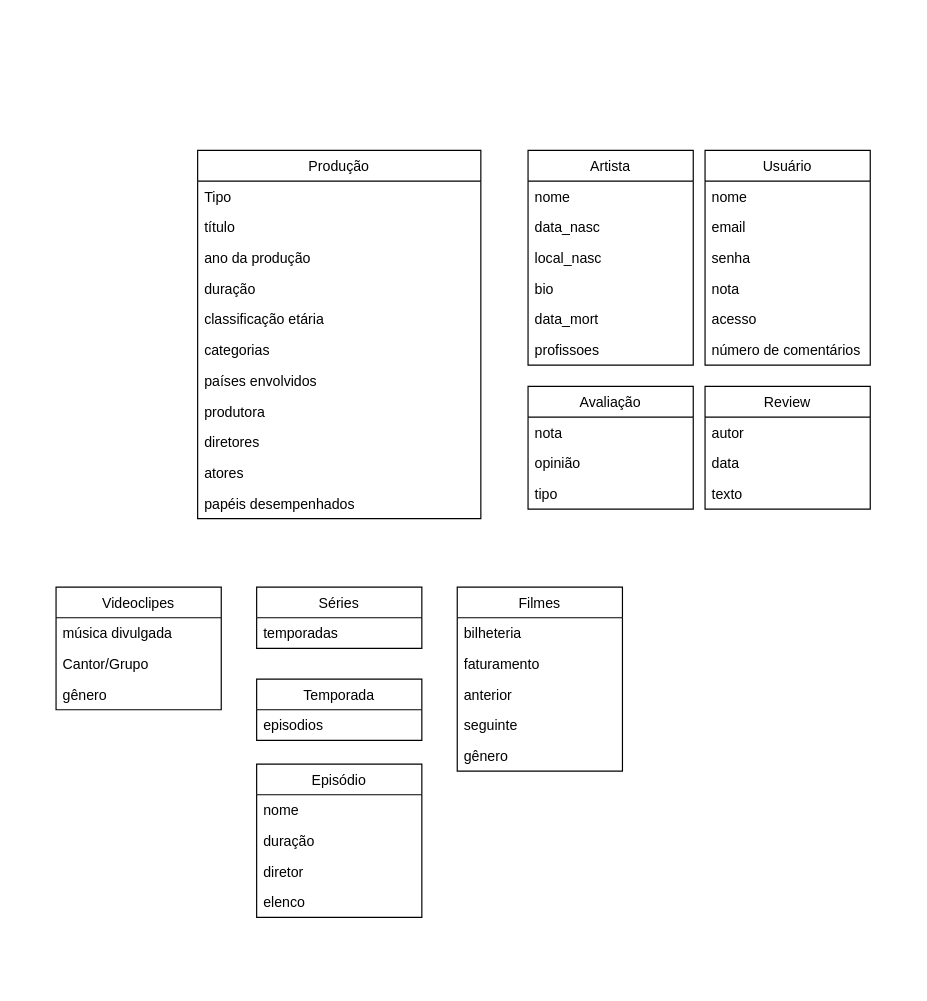
MateusdosAnjos/MAC0439 keeps this draw.io diagram as Exercício 5/Exercício_5.drawio. Above is the earlier version. Source tidied: cells renumbered, new cells numbered last; positions are measured from the earlier drawing's top-left corner, leaving out a move shared by most shapes. Both pictures are drawn from the tidied source at 118%, with x=0, y=0 at pixel (55, 150).
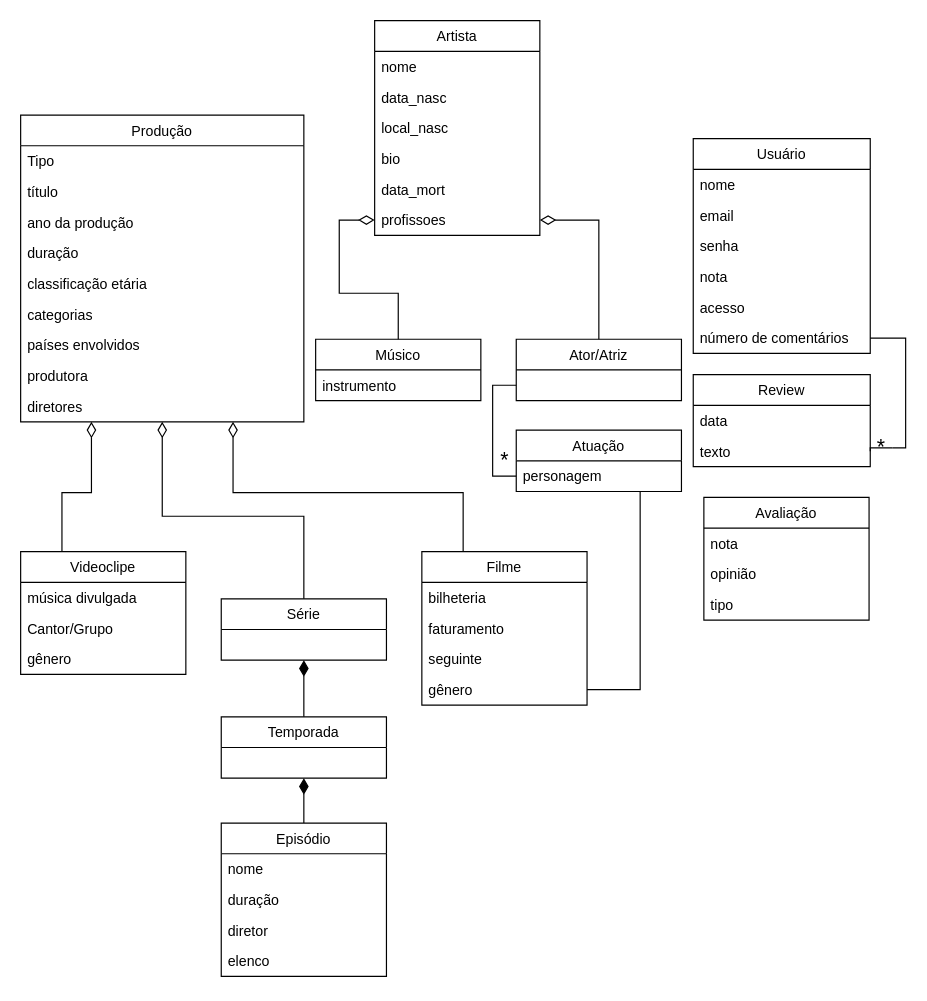
After the change.

The change refers to these unchanged cells:
```xml
<mxCell id="34" value="profissoes" style="text;strokeColor=none;fillColor=none;align=left;verticalAlign=top;spacingLeft=4;spacingRight=4;overflow=hidden;points=[[0,0.5],[1,0.5]];portConstraint=eastwest;" parent="28" vertex="1">
  <mxGeometry y="156" width="140" height="26" as="geometry" />
</mxCell>
```

Change to the diagram source:
```diff
@@
+    <mxCell id="55" style="edgeStyle=orthogonalEdgeStyle;rounded=0;jettySize=auto;html=1;exitX=0.25;exitY=1;exitDx=0;exitDy=0;entryX=0.25;entryY=0;entryDx=0;entryDy=0;shadow=0;startArrow=diamondThin;startFill=0;startSize=11;endArrow=none;endFill=0;endSize=11;targetPerimeterSpacing=0;strokeColor=#000000;strokeWidth=1;fontSize=18;" parent="1" edge="1" source="2" target="22">
+      <mxGeometry relative="1" as="geometry" />
+    </mxCell>
+    <mxCell id="56" style="edgeStyle=orthogonalEdgeStyle;rounded=0;jettySize=auto;html=1;exitX=0.5;exitY=1;exitDx=0;exitDy=0;entryX=0.5;entryY=0;entryDx=0;entryDy=0;shadow=0;startArrow=diamondThin;startFill=0;startSize=11;endArrow=none;endFill=0;endSize=11;targetPerimeterSpacing=0;strokeColor=#000000;strokeWidth=1;fontSize=18;" parent="1" edge="1" source="2" target="20">
+      <mxGeometry relative="1" as="geometry" />
+    </mxCell>
+    <mxCell id="57" style="edgeStyle=orthogonalEdgeStyle;rounded=0;jettySize=auto;html=1;exitX=0.75;exitY=1;exitDx=0;exitDy=0;entryX=0.25;entryY=0;entryDx=0;entryDy=0;shadow=0;startArrow=diamondThin;startFill=0;startSize=11;endArrow=none;endFill=0;endSize=11;targetPerimeterSpacing=0;strokeColor=#000000;strokeWidth=1;fontSize=18;" parent="1" edge="1" source="2" target="14">
+      <mxGeometry relative="1" as="geometry" />
+    </mxCell>
     <mxCell id="2" value="Produção" style="swimlane;fontStyle=0;horizontal=1;startSize=26;fillColor=none;" parent="1" vertex="1">
-      <mxGeometry x="120" width="240" height="312" as="geometry" />
+      <mxGeometry x="-30" y="-30" width="240" height="260" as="geometry" />
     </mxCell>
@@
-    <mxCell id="12" value="atores" style="text;strokeColor=none;fillColor=none;align=left;verticalAlign=top;spacingLeft=4;spacingRight=4;overflow=hidden;" parent="2" vertex="1">
-      <mxGeometry y="260" width="240" height="26" as="geometry" />
-    </mxCell>
-    <mxCell id="13" value="papéis desempenhados" style="text;strokeColor=none;fillColor=none;align=left;verticalAlign=top;spacingLeft=4;spacingRight=4;overflow=hidden;" parent="2" vertex="1">
-      <mxGeometry y="286" width="240" height="26" as="geometry" />
-    </mxCell>
-    <mxCell id="14" value="Filmes" style="swimlane;fontStyle=0;horizontal=1;startSize=26;fillColor=none;" parent="1" vertex="1">
-      <mxGeometry x="340" y="370" width="140" height="156" as="geometry" />
+    <mxCell id="14" value="Filme" style="swimlane;fontStyle=0;horizontal=1;startSize=26;fillColor=none;" parent="1" vertex="1">
+      <mxGeometry x="310" y="340" width="140" height="130" as="geometry" />
     </mxCell>
@@
-    <mxCell id="17" value="anterior" style="text;strokeColor=none;fillColor=none;align=left;verticalAlign=top;spacingLeft=4;spacingRight=4;overflow=hidden;" parent="14" vertex="1">
-      <mxGeometry y="78" width="140" height="26" as="geometry" />
-    </mxCell>
     <mxCell id="18" value="seguinte" style="text;strokeColor=none;fillColor=none;align=left;verticalAlign=top;spacingLeft=4;spacingRight=4;overflow=hidden;" parent="14" vertex="1">
-      <mxGeometry y="104" width="140" height="26" as="geometry" />
+      <mxGeometry y="78" width="140" height="26" as="geometry" />
     </mxCell>
     <mxCell id="19" value="gênero" style="text;strokeColor=none;fillColor=none;align=left;verticalAlign=top;spacingLeft=4;spacingRight=4;overflow=hidden;points=[[0,0.5],[1,0.5]];portConstraint=eastwest;" parent="14" vertex="1">
-      <mxGeometry y="130" width="140" height="26" as="geometry" />
+      <mxGeometry y="104" width="140" height="26" as="geometry" />
     </mxCell>
+    <mxCell id="58" style="edgeStyle=orthogonalEdgeStyle;rounded=0;jettySize=auto;html=1;exitX=0.5;exitY=1;exitDx=0;exitDy=0;shadow=0;startArrow=diamondThin;startFill=1;startSize=11;endArrow=none;endFill=0;endSize=11;targetPerimeterSpacing=0;strokeColor=#000000;strokeWidth=1;fontSize=18;" parent="1" edge="1" source="20" target="26">
+      <mxGeometry relative="1" as="geometry" />
+    </mxCell>
-    <mxCell id="20" value="Séries" style="swimlane;fontStyle=0;horizontal=1;startSize=26;fillColor=none;" parent="1" vertex="1">
-      <mxGeometry x="170" y="370" width="140" height="52" as="geometry" />
+    <mxCell id="20" value="Série" style="swimlane;fontStyle=0;horizontal=1;startSize=26;fillColor=none;" parent="1" vertex="1">
+      <mxGeometry x="140" y="380" width="140" height="52" as="geometry" />
     </mxCell>
-    <mxCell id="21" value="temporadas " style="text;strokeColor=none;fillColor=none;align=left;verticalAlign=top;spacingLeft=4;spacingRight=4;overflow=hidden;" parent="20" vertex="1">
-      <mxGeometry y="26" width="140" height="26" as="geometry" />
-    </mxCell>
-    <mxCell id="22" value=" Videoclipes" style="swimlane;fontStyle=0;horizontal=1;startSize=26;fillColor=none;" parent="1" vertex="1">
-      <mxGeometry y="370" width="140" height="104" as="geometry" />
+    <mxCell id="22" value=" Videoclipe" style="swimlane;fontStyle=0;horizontal=1;startSize=26;fillColor=none;" parent="1" vertex="1">
+      <mxGeometry x="-30" y="340" width="140" height="104" as="geometry" />
     </mxCell>
@@
+    <mxCell id="59" style="edgeStyle=orthogonalEdgeStyle;rounded=0;jettySize=auto;html=1;exitX=0.5;exitY=1;exitDx=0;exitDy=0;entryX=0.5;entryY=0;entryDx=0;entryDy=0;shadow=0;startArrow=diamondThin;startFill=1;startSize=11;endArrow=none;endFill=0;endSize=11;targetPerimeterSpacing=0;strokeColor=#000000;strokeWidth=1;fontSize=18;" parent="1" edge="1" source="26" target="46">
+      <mxGeometry relative="1" as="geometry" />
+    </mxCell>
     <mxCell id="26" value="Temporada" style="swimlane;fontStyle=0;horizontal=1;startSize=26;fillColor=none;" parent="1" vertex="1">
-      <mxGeometry x="170" y="448" width="140" height="52" as="geometry" />
+      <mxGeometry x="140" y="480" width="140" height="52" as="geometry" />
     </mxCell>
-    <mxCell id="27" value="episodios" style="text;strokeColor=none;fillColor=none;align=left;verticalAlign=top;spacingLeft=4;spacingRight=4;overflow=hidden;" parent="26" vertex="1">
-      <mxGeometry y="26" width="140" height="26" as="geometry" />
-    </mxCell>
     <mxCell id="28" value="Artista" style="swimlane;fontStyle=0;horizontal=1;startSize=26;fillColor=none;" parent="1" vertex="1">
-      <mxGeometry x="400" width="140" height="182" as="geometry" />
+      <mxGeometry x="270" y="-110" width="140" height="182" as="geometry" />
     </mxCell>
@@
     <mxCell id="35" value="Avaliação" style="swimlane;fontStyle=0;horizontal=1;startSize=26;fillColor=none;" parent="1" vertex="1">
-      <mxGeometry x="400" y="200" width="140" height="104" as="geometry" />
+      <mxGeometry x="549" y="294" width="140" height="104" as="geometry" />
     </mxCell>
@@
     <mxCell id="39" value="Usuário" style="swimlane;fontStyle=0;horizontal=1;startSize=26;fillColor=none;" parent="1" vertex="1">
-      <mxGeometry x="550" width="140" height="182" as="geometry" />
+      <mxGeometry x="540" y="-10" width="150" height="182" as="geometry" />
     </mxCell>
     <mxCell id="40" value="nome" style="text;strokeColor=none;fillColor=none;align=left;verticalAlign=top;spacingLeft=4;spacingRight=4;overflow=hidden;" parent="39" vertex="1">
-      <mxGeometry y="26" width="140" height="26" as="geometry" />
+      <mxGeometry y="26" width="150" height="26" as="geometry" />
     </mxCell>
     <mxCell id="41" value="email" style="text;strokeColor=none;fillColor=none;align=left;verticalAlign=top;spacingLeft=4;spacingRight=4;overflow=hidden;" parent="39" vertex="1">
-      <mxGeometry y="52" width="140" height="26" as="geometry" />
+      <mxGeometry y="52" width="150" height="26" as="geometry" />
     </mxCell>
     <mxCell id="42" value="senha" style="text;strokeColor=none;fillColor=none;align=left;verticalAlign=top;spacingLeft=4;spacingRight=4;overflow=hidden;" parent="39" vertex="1">
-      <mxGeometry y="78" width="140" height="26" as="geometry" />
+      <mxGeometry y="78" width="150" height="26" as="geometry" />
     </mxCell>
     <mxCell id="43" value="nota" style="text;strokeColor=none;fillColor=none;align=left;verticalAlign=top;spacingLeft=4;spacingRight=4;overflow=hidden;" parent="39" vertex="1">
-      <mxGeometry y="104" width="140" height="26" as="geometry" />
+      <mxGeometry y="104" width="150" height="26" as="geometry" />
     </mxCell>
     <mxCell id="44" value="acesso" style="text;strokeColor=none;fillColor=none;align=left;verticalAlign=top;spacingLeft=4;spacingRight=4;overflow=hidden;" parent="39" vertex="1">
-      <mxGeometry y="130" width="140" height="26" as="geometry" />
+      <mxGeometry y="130" width="150" height="26" as="geometry" />
     </mxCell>
     <mxCell id="45" value="número de comentários" style="text;strokeColor=none;fillColor=none;align=left;verticalAlign=top;spacingLeft=4;spacingRight=4;overflow=hidden;points=[[0,0.5],[1,0.5]];portConstraint=eastwest;" parent="39" vertex="1">
-      <mxGeometry y="156" width="140" height="26" as="geometry" />
+      <mxGeometry y="156" width="150" height="26" as="geometry" />
     </mxCell>
     <mxCell id="46" value="Episódio" style="swimlane;fontStyle=0;horizontal=1;startSize=26;fillColor=none;" parent="1" vertex="1">
-      <mxGeometry x="170" y="520" width="140" height="130" as="geometry" />
+      <mxGeometry x="140" y="570" width="140" height="130" as="geometry" />
     </mxCell>
@@
     <mxCell id="51" value="Review" style="swimlane;fontStyle=0;horizontal=1;startSize=26;fillColor=none;" parent="1" vertex="1">
-      <mxGeometry x="550" y="200" width="140" height="104" as="geometry" />
+      <mxGeometry x="540" y="190" width="150" height="78" as="geometry" />
     </mxCell>
-    <mxCell id="52" value="autor" style="text;strokeColor=none;fillColor=none;align=left;verticalAlign=top;spacingLeft=4;spacingRight=4;overflow=hidden;" parent="51" vertex="1">
-      <mxGeometry y="26" width="140" height="26" as="geometry" />
-    </mxCell>
     <mxCell id="53" value="data" style="text;strokeColor=none;fillColor=none;align=left;verticalAlign=top;spacingLeft=4;spacingRight=4;overflow=hidden;" parent="51" vertex="1">
-      <mxGeometry y="52" width="140" height="26" as="geometry" />
+      <mxGeometry y="26" width="150" height="26" as="geometry" />
     </mxCell>
     <mxCell id="54" value="texto" style="text;strokeColor=none;fillColor=none;align=left;verticalAlign=top;spacingLeft=4;spacingRight=4;overflow=hidden;points=[[0,0.5],[1,0.5]];portConstraint=eastwest;" parent="51" vertex="1">
-      <mxGeometry y="78" width="140" height="26" as="geometry" />
+      <mxGeometry y="52" width="150" height="26" as="geometry" />
     </mxCell>
+    <mxCell id="60" style="edgeStyle=orthogonalEdgeStyle;rounded=0;jettySize=auto;html=1;exitX=1;exitY=0.5;exitDx=0;exitDy=0;entryX=1;entryY=0.5;entryDx=0;entryDy=0;startArrow=none;startFill=0;startSize=11;endArrow=none;endFill=0;endSize=11;targetPerimeterSpacing=0;strokeColor=#000000;strokeWidth=1;verticalAlign=middle;shadow=0;" parent="1" edge="1" source="61" target="54">
+      <mxGeometry relative="1" as="geometry" />
+    </mxCell>
+    <mxCell id="61" value="*" style="text;html=1;align=center;verticalAlign=middle;points=[];fontSize=18;" parent="1" vertex="1">
+      <mxGeometry x="689" y="237" width="20" height="30" as="geometry" />
+    </mxCell>
+    <mxCell id="62" style="edgeStyle=orthogonalEdgeStyle;rounded=0;jettySize=auto;html=1;exitX=1;exitY=0.5;exitDx=0;exitDy=0;entryX=1;entryY=0.5;entryDx=0;entryDy=0;startArrow=none;startFill=0;startSize=11;endArrow=none;endFill=0;endSize=11;targetPerimeterSpacing=0;strokeColor=#000000;strokeWidth=1;verticalAlign=middle;shadow=0;" parent="1" edge="1" source="45" target="61">
+      <mxGeometry relative="1" as="geometry">
+        <Array as="points">
+          <mxPoint x="720" y="159" />
+          <mxPoint x="720" y="252" />
+        </Array>
+      </mxGeometry>
+    </mxCell>
+    <mxCell id="63" style="edgeStyle=orthogonalEdgeStyle;rounded=0;jettySize=auto;html=1;exitX=0.75;exitY=1;exitDx=0;exitDy=0;entryX=1;entryY=0.5;entryDx=0;entryDy=0;shadow=0;startArrow=none;startFill=0;startSize=11;endArrow=none;endFill=0;endSize=11;targetPerimeterSpacing=0;strokeColor=#000000;strokeWidth=1;fontSize=18;" parent="1" edge="1" source="64" target="19">
+      <mxGeometry relative="1" as="geometry" />
+    </mxCell>
+    <mxCell id="64" value="Atuação" style="swimlane;fontStyle=0;horizontal=1;startSize=26;fillColor=none;fontSize=12;" parent="1" vertex="1">
+      <mxGeometry x="390" y="237" width="140" height="52" as="geometry" />
+    </mxCell>
+    <mxCell id="65" value="personagem" style="text;strokeColor=none;fillColor=none;align=left;verticalAlign=top;spacingLeft=4;spacingRight=4;overflow=hidden;points=[[0,0.5],[1,0.5]];portConstraint=eastwest;" parent="64" vertex="1">
+      <mxGeometry y="26" width="140" height="26" as="geometry" />
+    </mxCell>
+    <mxCell id="66" value="Músico" style="swimlane;fontStyle=0;horizontal=1;startSize=26;fillColor=none;fontSize=12;" parent="1" vertex="1">
+      <mxGeometry x="220" y="160" width="140" height="52" as="geometry" />
+    </mxCell>
+    <mxCell id="67" value="instrumento" style="text;strokeColor=none;fillColor=none;align=left;verticalAlign=top;spacingLeft=4;spacingRight=4;overflow=hidden;" parent="66" vertex="1">
+      <mxGeometry y="26" width="140" height="26" as="geometry" />
+    </mxCell>
+    <mxCell id="68" style="edgeStyle=orthogonalEdgeStyle;rounded=0;jettySize=auto;html=1;exitX=0;exitY=0.75;exitDx=0;exitDy=0;entryX=0;entryY=0.5;entryDx=0;entryDy=0;shadow=0;startArrow=none;startFill=0;startSize=11;endArrow=none;endFill=0;endSize=11;targetPerimeterSpacing=0;strokeColor=#000000;strokeWidth=1;fontSize=18;" parent="1" edge="1" source="69" target="65">
+      <mxGeometry relative="1" as="geometry" />
+    </mxCell>
+    <mxCell id="69" value="Ator/Atriz" style="swimlane;fontStyle=0;horizontal=1;startSize=26;fillColor=none;fontSize=12;" parent="1" vertex="1">
+      <mxGeometry x="390" y="160" width="140" height="52" as="geometry" />
+    </mxCell>
+    <mxCell id="70" value="*" style="text;html=1;align=center;verticalAlign=middle;fontSize=18;" parent="1" vertex="1">
+      <mxGeometry x="370" y="248" width="20" height="30" as="geometry" />
+    </mxCell>
+    <mxCell id="71" style="edgeStyle=orthogonalEdgeStyle;rounded=0;jettySize=auto;html=1;exitX=0;exitY=0.5;exitDx=0;exitDy=0;entryX=0.5;entryY=0;entryDx=0;entryDy=0;shadow=0;startArrow=diamondThin;startFill=0;startSize=11;endArrow=none;endFill=0;endSize=11;targetPerimeterSpacing=0;strokeColor=#000000;strokeWidth=1;fontSize=18;" parent="1" edge="1" source="34" target="66">
+      <mxGeometry relative="1" as="geometry" />
+    </mxCell>
+    <mxCell id="72" style="edgeStyle=orthogonalEdgeStyle;rounded=0;jettySize=auto;html=1;exitX=1;exitY=0.5;exitDx=0;exitDy=0;entryX=0.5;entryY=0;entryDx=0;entryDy=0;shadow=0;startArrow=diamondThin;startFill=0;startSize=11;endArrow=none;endFill=0;endSize=11;targetPerimeterSpacing=0;strokeColor=#000000;strokeWidth=1;fontSize=18;" parent="1" edge="1" source="34" target="69">
+      <mxGeometry relative="1" as="geometry" />
+    </mxCell>
```
